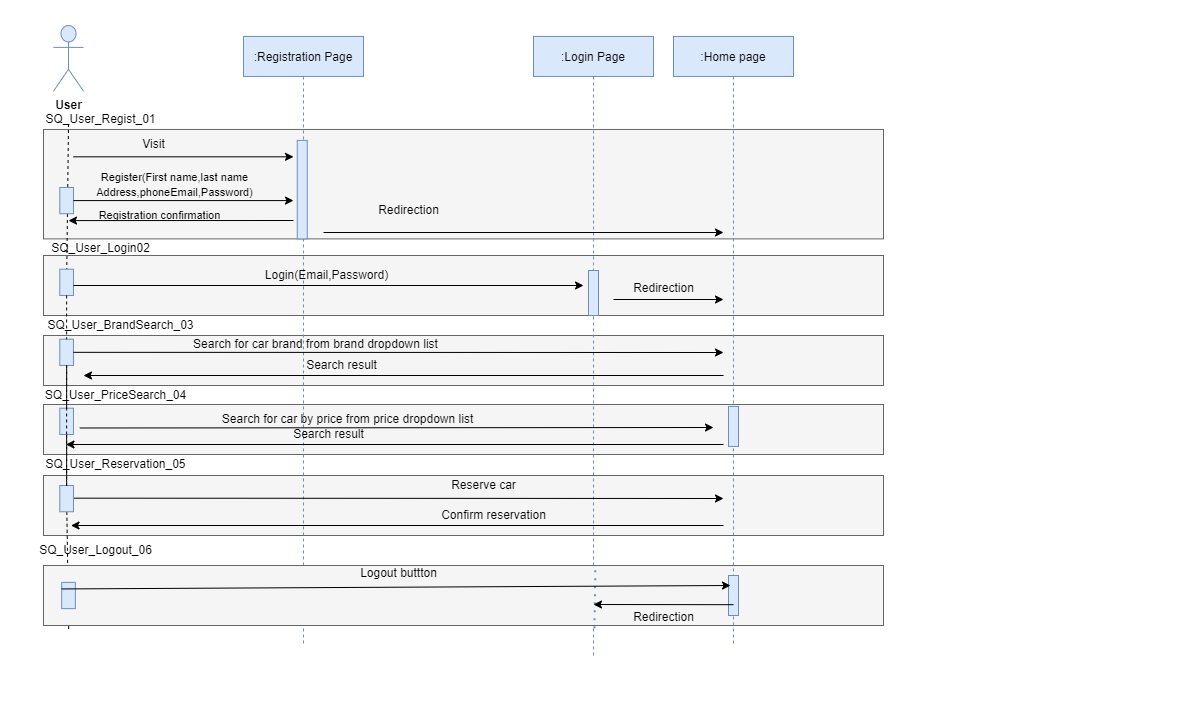
Earlier version of the draw.io export 3- Design/Low-Level-Design/Sequence Diagram/userSequence diagram.png (beshoysamehsamaan/Car-Purchasing-App). Source tidied: cells renumbered, new cells last; positions are measured from the earlier drawing's top-left corner, leaving out a move shared by most shapes.
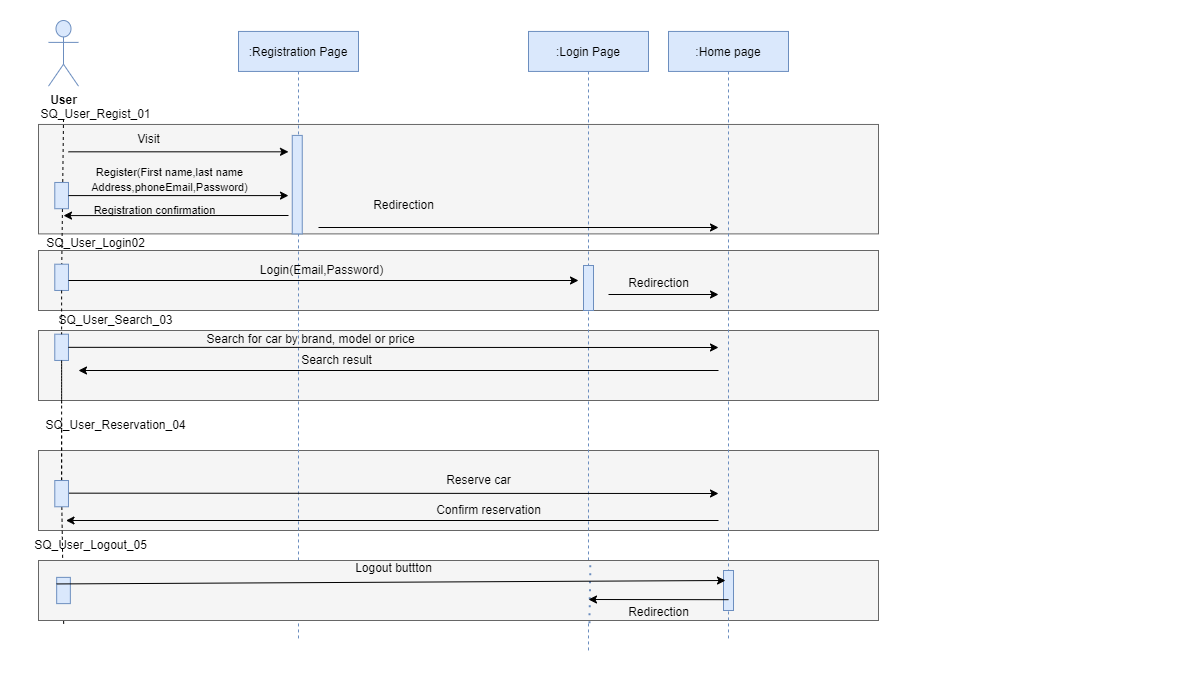
The same file after the commit.

Commit message:
updated sequence diagram

Change to the diagram source:
```diff
@@ -5,14 +5,11 @@
     <mxCell id="2" style="group;" parent="1" vertex="1">
       <mxGeometry x="28" width="1110" height="650.9" as="geometry" />
     </mxCell>
-    <mxCell id="3" style="rounded=0;whiteSpace=wrap;html=1;fillColor=#f5f5f5;fontColor=#333333;strokeColor=#666666;" parent="2" vertex="1">
-      <mxGeometry x="-10" y="379" width="840" height="50" as="geometry" />
-    </mxCell>
     <mxCell id="4" style="rounded=0;whiteSpace=wrap;html=1;fillColor=#f5f5f5;fontColor=#333333;strokeColor=#666666;" parent="2" vertex="1">
-      <mxGeometry x="-10" y="450" width="840" height="60" as="geometry" />
+      <mxGeometry x="-10" y="430" width="840" height="80" as="geometry" />
     </mxCell>
     <mxCell id="5" style="rounded=0;whiteSpace=wrap;html=1;fillColor=#f5f5f5;fontColor=#333333;strokeColor=#666666;" parent="2" vertex="1">
-      <mxGeometry x="-10" y="310" width="840" height="50" as="geometry" />
+      <mxGeometry x="-10" y="310" width="840" height="70" as="geometry" />
     </mxCell>
     <mxCell id="6" style="rounded=0;whiteSpace=wrap;html=1;fillColor=#f5f5f5;strokeColor=#666666;fontColor=#333333;" parent="2" vertex="1">
       <mxGeometry x="-10" y="230" width="840" height="60" as="geometry" />
@@ -78,8 +75,8 @@
     <mxCell id="22" value="Login(Email,Password)" style="text;html=1;align=center;verticalAlign=middle;strokeColor=none;fillColor=none;" parent="2" vertex="1">
       <mxGeometry x="197.5" y="235" width="150" height="30" as="geometry" />
     </mxCell>
-    <mxCell id="23" value="Search for car brand from brand dropdown list" style="text;html=1;align=center;verticalAlign=middle;strokeColor=none;fillColor=none;" parent="2" vertex="1">
-      <mxGeometry x="126.9" y="303.7" width="270" height="30" as="geometry" />
+    <mxCell id="23" value="Search for car by brand, model or price" style="text;html=1;align=center;verticalAlign=middle;strokeColor=none;fillColor=none;" parent="2" vertex="1">
+      <mxGeometry x="146.9" y="303.7" width="230" height="30" as="geometry" />
     </mxCell>
     <mxCell id="24" style="endArrow=none;dashed=1;html=1;rounded=0;startArrow=none;" parent="2" edge="1" source="41" target="35">
       <mxGeometry relative="1" as="geometry" />
@@ -87,18 +84,11 @@
     <mxCell id="25" style="endArrow=none;dashed=1;html=1;rounded=0;startArrow=none;entryX=0.03;entryY=1.083;entryDx=0;entryDy=0;entryPerimeter=0;" parent="2" edge="1" source="41" target="49">
       <mxGeometry relative="1" as="geometry" />
     </mxCell>
-    <mxCell id="26" style="endArrow=none;dashed=1;html=1;rounded=0;startArrow=none;" parent="2" edge="1" source="37" target="41">
-      <mxGeometry relative="1" as="geometry" />
+    <mxCell id="26" style="endArrow=none;dashed=1;html=1;rounded=0;startArrow=none;" parent="2" edge="1" target="41">
+      <mxGeometry relative="1" as="geometry">
+        <mxPoint x="13.1" y="409" as="sourcePoint" />
+      </mxGeometry>
     </mxCell>
-    <mxCell id="27" style="endArrow=classic;html=1;rounded=0;" parent="2" edge="1">
-      <mxGeometry relative="1" as="geometry">
-        <mxPoint x="26.2" y="402.5" as="sourcePoint" />
-        <mxPoint x="660" y="402" as="targetPoint" />
-      </mxGeometry>
-    </mxCell>
-    <mxCell id="28" value="Search result" style="text;html=1;align=center;verticalAlign=middle;strokeColor=none;fillColor=none;" parent="2" vertex="1">
-      <mxGeometry x="230" y="394" width="90" height="30" as="geometry" />
-    </mxCell>
     <mxCell id="29" value="Confirm reservation" style="text;html=1;align=center;verticalAlign=middle;strokeColor=none;fillColor=none;" parent="2" vertex="1">
       <mxGeometry x="375" y="475" width="130" height="30" as="geometry" />
     </mxCell>
@@ -108,18 +98,9 @@
         <mxPoint x="670" y="473" as="targetPoint" />
       </mxGeometry>
     </mxCell>
-    <mxCell id="31" value="Search for car by price from price dropdown list" style="text;html=1;align=center;verticalAlign=middle;strokeColor=none;fillColor=none;" parent="2" vertex="1">
-      <mxGeometry x="158.8" y="379" width="270" height="30" as="geometry" />
-    </mxCell>
     <mxCell id="32" style="perimeter=orthogonalPerimeter;rounded=0;shadow=0;strokeWidth=1;fillColor=#dae8fc;strokeColor=#6c8ebf;" parent="2" vertex="1">
       <mxGeometry x="243.8" y="114.9" width="10" height="98.5" as="geometry" />
     </mxCell>
-    <mxCell id="33" style="endArrow=classic;html=1;rounded=0;" parent="2" edge="1">
-      <mxGeometry relative="1" as="geometry">
-        <mxPoint x="670" y="419" as="sourcePoint" />
-        <mxPoint x="12.5" y="419" as="targetPoint" />
-      </mxGeometry>
-    </mxCell>
     <mxCell id="34" value="Search result" style="text;html=1;align=center;verticalAlign=middle;strokeColor=none;fillColor=none;" parent="2" vertex="1">
       <mxGeometry x="242.5" y="325" width="90" height="30" as="geometry" />
     </mxCell>
@@ -129,11 +110,10 @@
     <mxCell id="36" style="endArrow=none;dashed=1;html=1;rounded=0;startArrow=none;" parent="2" edge="1" source="18" target="35">
       <mxGeometry relative="1" as="geometry" />
     </mxCell>
-    <mxCell id="37" style="rounded=0;whiteSpace=wrap;html=1;rotation=90;fillColor=#dae8fc;strokeColor=#6c8ebf;" parent="2" vertex="1">
-      <mxGeometry y="389" width="26.2" height="13.7" as="geometry" />
-    </mxCell>
-    <mxCell id="38" style="endArrow=none;dashed=1;html=1;rounded=0;startArrow=none;" parent="2" edge="1" source="35" target="37">
-      <mxGeometry relative="1" as="geometry" />
+    <mxCell id="38" style="endArrow=none;dashed=1;html=1;rounded=0;startArrow=none;" parent="2" edge="1" source="35">
+      <mxGeometry relative="1" as="geometry">
+        <mxPoint x="13.1" y="382.7" as="targetPoint" />
+      </mxGeometry>
     </mxCell>
     <mxCell id="39" value="SQ_User_Login02" style="text;html=1;align=center;verticalAlign=middle;strokeColor=none;fillColor=none;" parent="2" vertex="1">
       <mxGeometry x="-13.1" y="208.4" width="120" height="30" as="geometry" />
@@ -144,9 +124,6 @@
     <mxCell id="41" style="rounded=0;whiteSpace=wrap;html=1;rotation=90;fillColor=#dae8fc;strokeColor=#6c8ebf;" parent="2" vertex="1">
       <mxGeometry y="466.3" width="26.2" height="13.7" as="geometry" />
     </mxCell>
-    <mxCell id="42" style="endArrow=none;dashed=1;html=1;rounded=0;startArrow=none;" parent="2" edge="1" source="35" target="41">
-      <mxGeometry relative="1" as="geometry" />
-    </mxCell>
     <mxCell id="43" style="endArrow=classic;html=1;rounded=0;" parent="2" edge="1">
       <mxGeometry relative="1" as="geometry">
         <mxPoint x="670" y="500" as="sourcePoint" />
@@ -186,15 +163,15 @@
     <mxCell id="53" value="Redirection" style="text;html=1;align=center;verticalAlign=middle;strokeColor=none;fillColor=none;" parent="2" vertex="1">
       <mxGeometry x="570" y="576.8" width="80" height="30" as="geometry" />
     </mxCell>
-    <mxCell id="54" value="SQ_User_Logout_06" style="text;html=1;align=center;verticalAlign=middle;strokeColor=none;fillColor=none;" parent="2" vertex="1">
+    <mxCell id="54" value="SQ_User_Logout_05" style="text;html=1;align=center;verticalAlign=middle;strokeColor=none;fillColor=none;" parent="2" vertex="1">
       <mxGeometry x="-28.1" y="510" width="140" height="30" as="geometry" />
     </mxCell>
+    <mxCell id="64" value="SQ_User_Reservation_04" style="text;html=1;align=center;verticalAlign=middle;strokeColor=none;fillColor=none;" parent="2" vertex="1">
+      <mxGeometry x="-13.1" y="390" width="160" height="30" as="geometry" />
+    </mxCell>
     <mxCell id="55" value=":Home page" style="shape=umlLifeline;perimeter=lifelinePerimeter;rounded=0;shadow=0;strokeWidth=1;fillColor=#dae8fc;strokeColor=#6c8ebf;" parent="1" vertex="1">
       <mxGeometry x="648" y="10.9" width="120" height="609.1" as="geometry" />
     </mxCell>
-    <mxCell id="56" style="perimeter=orthogonalPerimeter;rounded=0;shadow=0;strokeWidth=1;fillColor=#dae8fc;strokeColor=#6c8ebf;" parent="55" vertex="1">
-      <mxGeometry x="55" y="370" width="10" height="40" as="geometry" />
-    </mxCell>
     <mxCell id="57" style="points=[];perimeter=orthogonalPerimeter;rounded=0;shadow=0;strokeWidth=1;fillColor=#dae8fc;strokeColor=#6c8ebf;" parent="55" vertex="1">
       <mxGeometry x="55" y="539.1" width="10" height="40" as="geometry" />
     </mxCell>
@@ -210,8 +187,8 @@
         <mxPoint x="698" y="274" as="targetPoint" />
       </mxGeometry>
     </mxCell>
-    <mxCell id="60" value="SQ_User_BrandSearch_03" style="text;html=1;align=center;verticalAlign=middle;strokeColor=none;fillColor=none;" parent="1" vertex="1">
-      <mxGeometry x="9.9" y="285" width="170" height="30" as="geometry" />
+    <mxCell id="60" value="SQ_User_Search_03" style="text;html=1;align=center;verticalAlign=middle;strokeColor=none;fillColor=none;" parent="1" vertex="1">
+      <mxGeometry x="24.9" y="285" width="140" height="30" as="geometry" />
     </mxCell>
     <mxCell id="61" style="endArrow=classic;html=1;rounded=0;" parent="1" edge="1">
       <mxGeometry relative="1" as="geometry">
@@ -224,12 +201,6 @@
         <mxPoint x="698" y="327" as="targetPoint" />
       </mxGeometry>
     </mxCell>
-    <mxCell id="63" value="SQ_User_PriceSearch_04" style="text;html=1;align=center;verticalAlign=middle;strokeColor=none;fillColor=none;" parent="1" vertex="1">
-      <mxGeometry x="9.9" y="355" width="160" height="30" as="geometry" />
-    </mxCell>
-    <mxCell id="64" value="SQ_User_Reservation_05" style="text;html=1;align=center;verticalAlign=middle;strokeColor=none;fillColor=none;" parent="1" vertex="1">
-      <mxGeometry x="9.9" y="424" width="160" height="30" as="geometry" />
-    </mxCell>
     <mxCell id="65" style="endArrow=classic;html=1;rounded=0;exitX=0.25;exitY=1;exitDx=0;exitDy=0;entryX=0.2;entryY=0.25;entryDx=0;entryDy=0;entryPerimeter=0;" parent="1" edge="1" source="50" target="57">
       <mxGeometry relative="1" as="geometry" />
     </mxCell>
```
